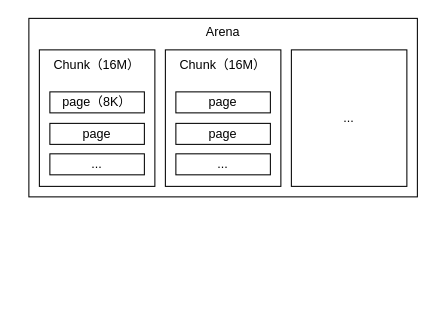
Above: netty pool.drawio in 1542358135/drawio (draw.io), before the change. Source tidied: cells renumbered, new cells numbered last; positions are measured from the earlier drawing's top-left corner, leaving out a move shared by most shapes. Both pictures are drawn from the tidied source at 105%, with x=0, y=0 at pixel (28, 18).
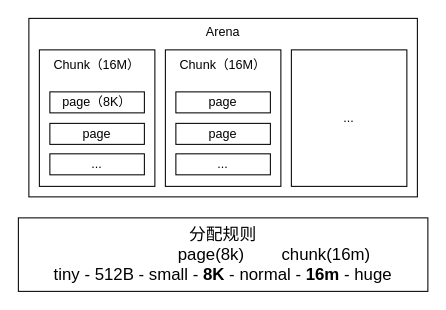
After the change.

Change to the diagram source:
```diff
@@
 <mxGraphModel>
   <root>
     <mxCell id="0" />
     <mxCell id="1" parent="0" />
     <mxCell id="2" value="Arena&lt;br&gt;&lt;br&gt;&lt;br&gt;&lt;br&gt;&lt;br&gt;&lt;br&gt;&lt;br&gt;&lt;br&gt;&lt;br&gt;&lt;br&gt;&lt;br&gt;" style="rounded=0;whiteSpace=wrap;html=1;" parent="1" vertex="1">
       <mxGeometry width="370" height="170" as="geometry" />
     </mxCell>
     <mxCell id="3" value="Chunk（16M）&lt;br&gt;&lt;br&gt;&lt;br&gt;&lt;br&gt;&lt;br&gt;&lt;br&gt;&lt;br&gt;&lt;br&gt;" style="rounded=0;whiteSpace=wrap;html=1;" parent="1" vertex="1">
       <mxGeometry x="10" y="30" width="110" height="130" as="geometry" />
     </mxCell>
     <mxCell id="4" value="page&lt;br&gt;" style="rounded=0;whiteSpace=wrap;html=1;" parent="1" vertex="1">
       <mxGeometry x="20" y="100" width="90" height="20" as="geometry" />
     </mxCell>
     <mxCell id="5" value="page（8K）" style="rounded=0;whiteSpace=wrap;html=1;" parent="1" vertex="1">
       <mxGeometry x="20" y="70" width="90" height="20" as="geometry" />
     </mxCell>
     <mxCell id="6" value="..." style="rounded=0;whiteSpace=wrap;html=1;" parent="1" vertex="1">
       <mxGeometry x="20" y="129" width="90" height="20" as="geometry" />
     </mxCell>
     <mxCell id="7" value="Chunk（16M）&lt;br&gt;&lt;br&gt;&lt;br&gt;&lt;br&gt;&lt;br&gt;&lt;br&gt;&lt;br&gt;&lt;br&gt;" style="rounded=0;whiteSpace=wrap;html=1;" parent="1" vertex="1">
       <mxGeometry x="130" y="30" width="110" height="130" as="geometry" />
     </mxCell>
     <mxCell id="8" value="page&lt;br&gt;" style="rounded=0;whiteSpace=wrap;html=1;" parent="1" vertex="1">
       <mxGeometry x="140" y="100" width="90" height="20" as="geometry" />
     </mxCell>
     <mxCell id="9" value="page&lt;br&gt;" style="rounded=0;whiteSpace=wrap;html=1;" parent="1" vertex="1">
       <mxGeometry x="140" y="70" width="90" height="20" as="geometry" />
     </mxCell>
     <mxCell id="10" value="..." style="rounded=0;whiteSpace=wrap;html=1;" parent="1" vertex="1">
       <mxGeometry x="250" y="30" width="110" height="130" as="geometry" />
     </mxCell>
     <mxCell id="11" value="..." style="rounded=0;whiteSpace=wrap;html=1;" parent="1" vertex="1">
       <mxGeometry x="140" y="129" width="90" height="20" as="geometry" />
     </mxCell>
+    <mxCell id="12" value="分配规则&lt;br&gt;&amp;nbsp; &amp;nbsp; &amp;nbsp; &amp;nbsp; &amp;nbsp; &amp;nbsp; &amp;nbsp; &amp;nbsp; &amp;nbsp; &amp;nbsp; &amp;nbsp; page(8k)&amp;nbsp; &amp;nbsp; &amp;nbsp; &amp;nbsp; chunk(16m)&lt;br&gt;tiny - 512B - small - &lt;b&gt;8K&lt;/b&gt; - normal - &lt;b&gt;16m&lt;/b&gt; - huge" style="rounded=0;whiteSpace=wrap;html=1;strokeColor=default;fontFamily=Helvetica;fontSize=16;fontColor=default;startSize=0;fillColor=default;" parent="1" vertex="1">
+      <mxGeometry x="-10" y="190" width="390" height="70" as="geometry" />
+    </mxCell>
   </root>
 </mxGraphModel>
```
